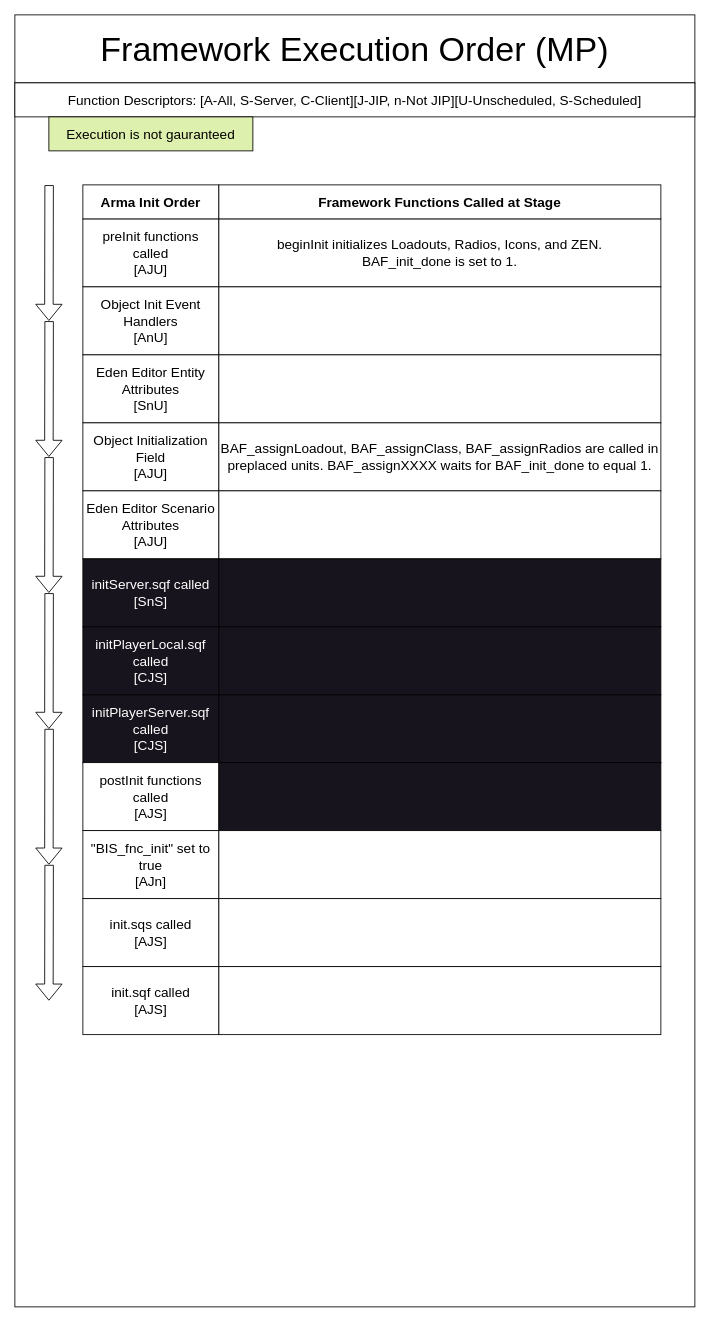
Before: .notes/diagrams/FrameworkExecutionOrder.drawio in BAXENdev/BAF, a draw.io diagram. Source tidied: cells renumbered, new cells numbered last; positions are measured from the earlier drawing's top-left corner, leaving out a move shared by most shapes. Both pictures are drawn from the tidied source at 85%, with x=0, y=0 at pixel (14, 14).
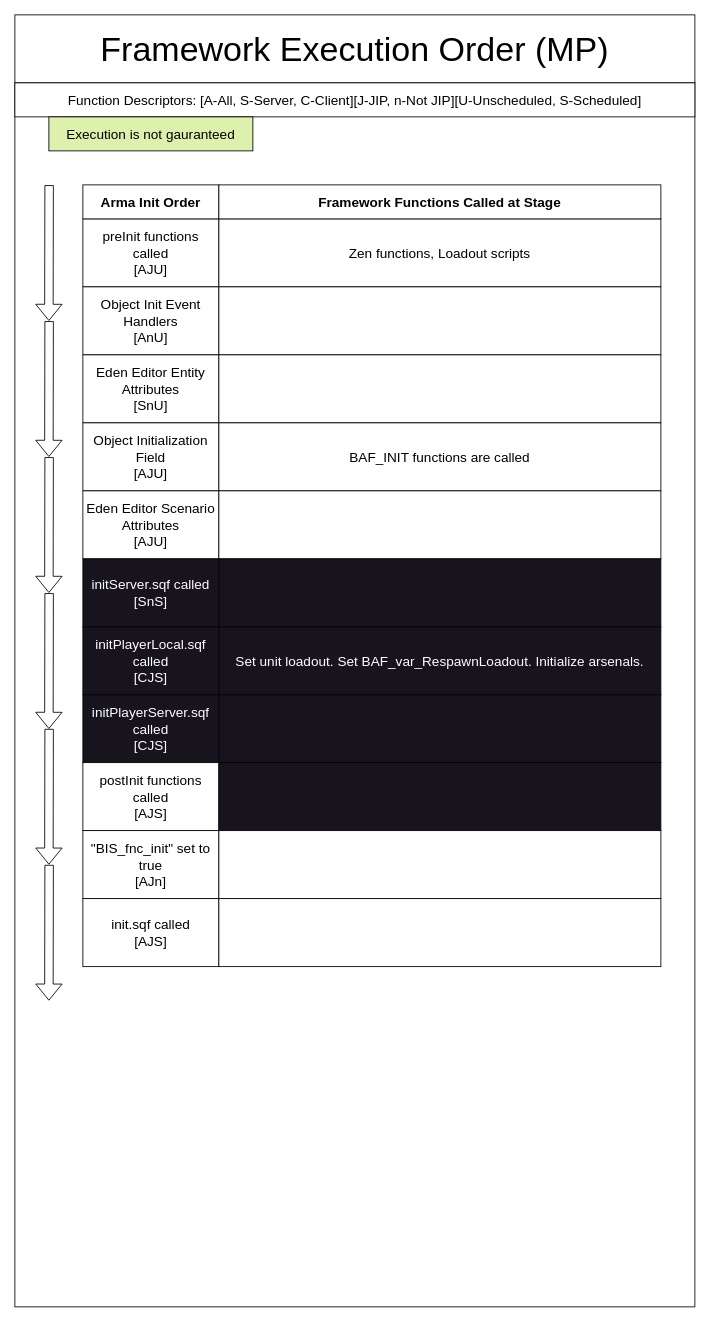
The same diagram, later.

The edit, as a diff of the source:
```diff
@@
-    <mxCell id="5" value="beginInit initializes Loadouts, Radios, Icons, and ZEN.&lt;br&gt;BAF_init_done is set to 1." style="rounded=0;whiteSpace=wrap;html=1;fillStyle=auto;fontSize=16;" parent="1" vertex="1">
+    <mxCell id="5" value="Zen functions, Loadout scripts" style="rounded=0;whiteSpace=wrap;html=1;fillStyle=auto;fontSize=16;" parent="1" vertex="1">
       <mxGeometry x="240" y="240" width="520" height="80" as="geometry" />
     </mxCell>
@@
-    <mxCell id="14" value="BAF_assignLoadout, BAF_assignClass, BAF_assignRadios are called in preplaced units. BAF_assignXXXX waits for BAF_init_done to equal 1." style="rounded=0;whiteSpace=wrap;html=1;fillStyle=auto;fontSize=16;" parent="1" vertex="1">
+    <mxCell id="14" value="BAF_INIT functions are called" style="rounded=0;whiteSpace=wrap;html=1;fillStyle=auto;fontSize=16;" parent="1" vertex="1">
       <mxGeometry x="240" y="480" width="520" height="80" as="geometry" />
     </mxCell>
@@
-    <mxCell id="21" style="rounded=0;whiteSpace=wrap;html=1;fillStyle=auto;fontSize=16;fillColor=#18141D;fontColor=#FFFFFF;" parent="1" vertex="1">
+    <mxCell id="21" value="Set unit loadout. Set BAF_var_RespawnLoadout. Initialize arsenals." style="rounded=0;whiteSpace=wrap;html=1;fillStyle=auto;fontSize=16;fillColor=#18141D;fontColor=#FFFFFF;" parent="1" vertex="1">
       <mxGeometry x="240" y="720" width="520" height="80" as="geometry" />
     </mxCell>
@@
-    <mxCell id="32" value="init.sqs called&lt;br&gt;[AJS]" style="rounded=0;whiteSpace=wrap;html=1;fillStyle=auto;fontSize=16;" parent="1" vertex="1">
-      <mxGeometry x="80" y="1039.7" width="160" height="80" as="geometry" />
-    </mxCell>
-    <mxCell id="33" style="rounded=0;whiteSpace=wrap;html=1;fillStyle=auto;fontSize=16;" parent="1" vertex="1">
-      <mxGeometry x="240" y="1039.7" width="520" height="80" as="geometry" />
-    </mxCell>
@@
     <mxCell id="35" value="init.sqf called&lt;br&gt;[AJS]" style="rounded=0;whiteSpace=wrap;html=1;fillStyle=auto;fontSize=16;" parent="1" vertex="1">
-      <mxGeometry x="80" y="1119.7" width="160" height="80" as="geometry" />
+      <mxGeometry x="80" y="1039.7" width="160" height="80" as="geometry" />
     </mxCell>
     <mxCell id="36" style="rounded=0;whiteSpace=wrap;html=1;fillStyle=auto;fontSize=16;" parent="1" vertex="1">
-      <mxGeometry x="240" y="1119.7" width="520" height="80" as="geometry" />
+      <mxGeometry x="240" y="1039.7" width="520" height="80" as="geometry" />
     </mxCell>
```
